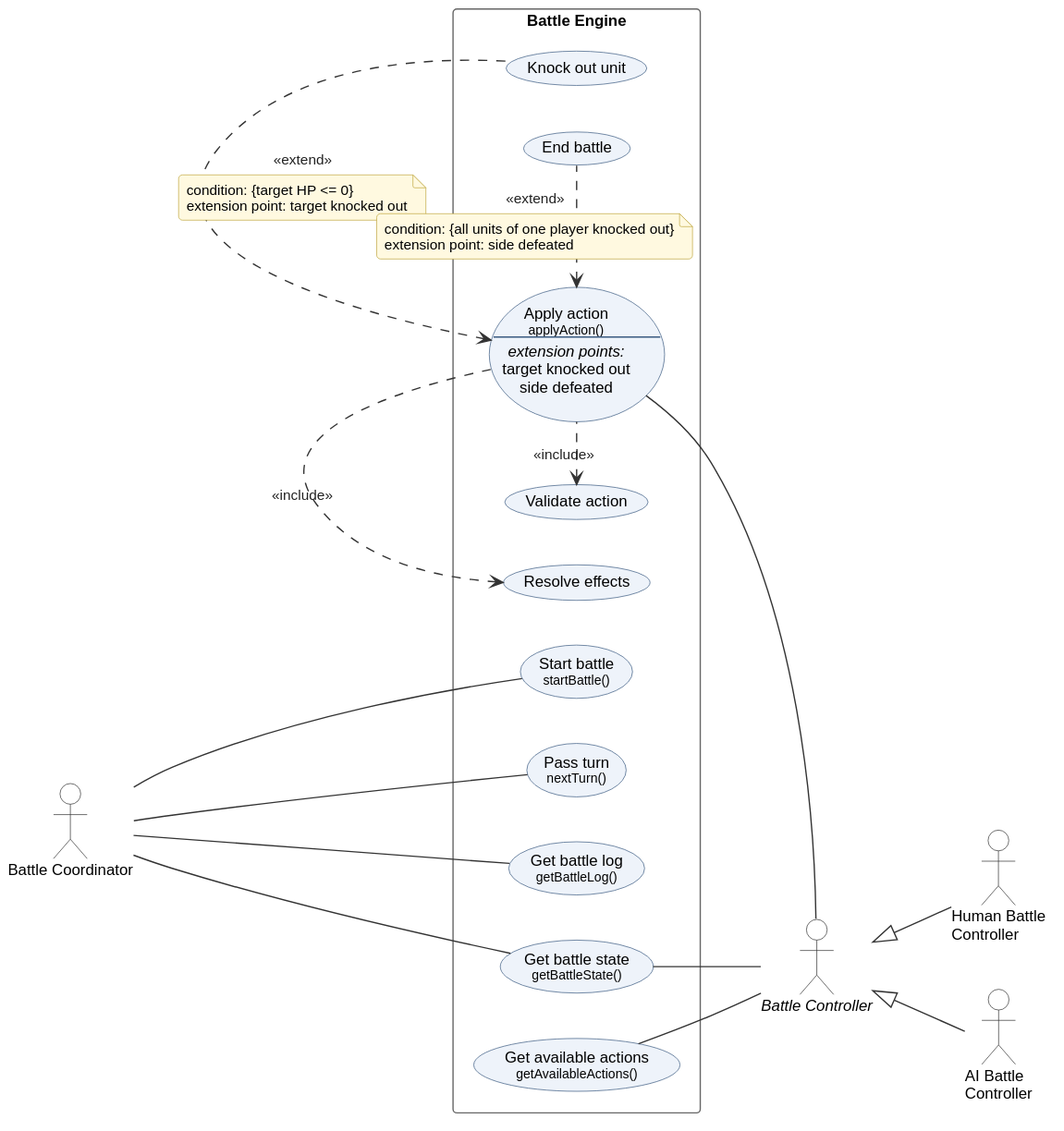
Earlier version of the PlantUML export exam1/diagrams/out/03_uc_battle.svg (RokasPazera/system-design).
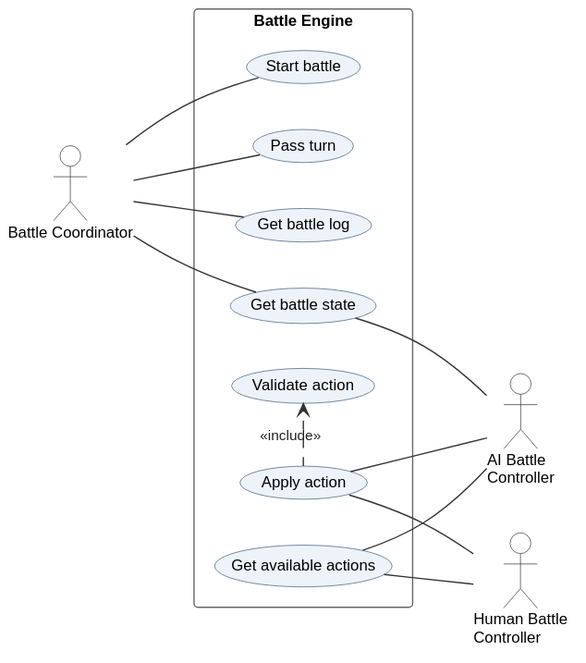
The same file after the commit.

What changed in the source:
```diff
@@ -5,47 +5,27 @@
 actor "Battle Coordinator" as BC
 
 rectangle "Battle Engine" {
-  usecase "Start battle\n<size:10>startBattle()</size>" as S
-  usecase "Pass turn\n<size:10>nextTurn()</size>" as N
-  usecase "Get battle log\n<size:10>getBattleLog()</size>" as L
-  usecase "Get battle state\n<size:10>getBattleState()</size>" as G
-  usecase "Get available actions\n<size:10>getAvailableActions()</size>" as A
-  usecase AA as "Apply action
-<size:10>applyAction()</size>
---
-<i>extension points:</i>
-target knocked out
-side defeated"
+  usecase "Start battle" as S
+  usecase "Pass turn" as N
+  usecase "Get battle log" as L
+  usecase "Get battle state" as G
+  usecase "Get available actions" as A
+  usecase "Apply action" as AA
   usecase "Validate action" as V
-  usecase "Resolve effects" as R
-  usecase "Knock out unit" as K
-  usecase "End battle" as E
 }
 
-actor "<i>Battle Controller</i>" as CTRL
+actor "AI Battle\nController" as ABC
 actor "Human Battle\nController" as HBC
-actor "AI Battle\nController" as ABC
 
 BC -- S
 BC -- N
 BC -- L
 BC -- G
-G -- CTRL
-A -- CTRL
-AA -- CTRL
-CTRL <|-- HBC
-CTRL <|-- ABC
+G -- ABC
+A -- ABC
+AA -- ABC
+A -- HBC
+AA -- HBC
 
-V <. AA : <<include>>
-R <. AA : <<include>>
-AA <. K : <<extend>>
-note on link
-  condition: {target HP <= 0}
-  extension point: target knocked out
-end note
-AA <. E : <<extend>>
-note on link
-  condition: {all units of one player knocked out}
-  extension point: side defeated
-end note
+AA .> V : <<include>>
 @enduml
```
